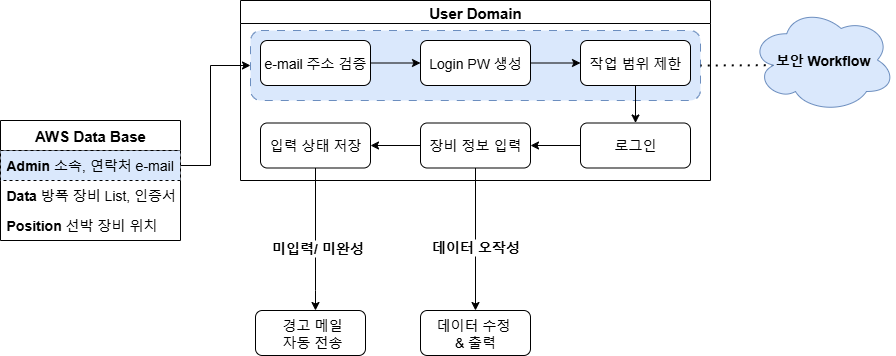
Earlier version of the draw.io export workflow/1013.drawio.png (HD-Jinyeong/my_flask_app). Source tidied: cells renumbered, new cells last; positions are measured from the earlier drawing's top-left corner, leaving out a move shared by most shapes.
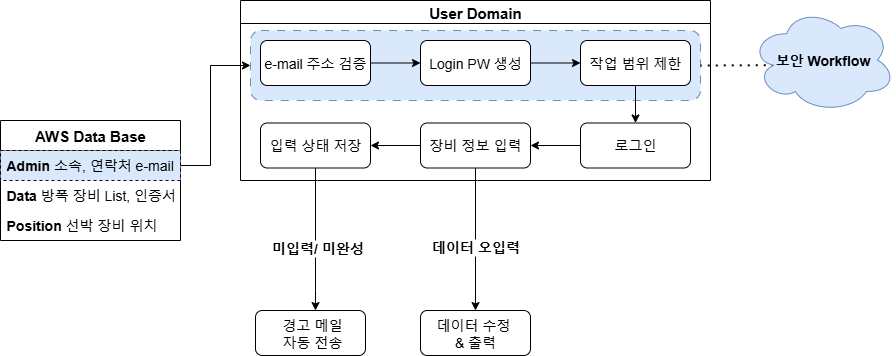
Later version of the same file.

Diff of the diagram source:
```diff
@@ -87,7 +87,7 @@
     <mxCell id="26" style="edgeStyle=orthogonalEdgeStyle;rounded=0;jettySize=auto;html=1;" parent="1" edge="1" source="19" target="25">
       <mxGeometry relative="1" as="geometry" />
     </mxCell>
-    <mxCell id="27" value="&lt;b&gt;&lt;font style=&quot;font-size: 14px;&quot;&gt;데이터 오작성&lt;/font&gt;&lt;/b&gt;" style="edgeLabel;html=1;align=center;verticalAlign=middle;" parent="26" vertex="1">
+    <mxCell id="27" value="&lt;b&gt;&lt;font style=&quot;font-size: 14px;&quot;&gt;데이터 오입력&lt;/font&gt;&lt;/b&gt;" style="edgeLabel;html=1;align=center;verticalAlign=middle;" parent="26" vertex="1">
       <mxGeometry x="-0.01" y="-2" relative="1" as="geometry">
         <mxPoint x="1" y="8" as="offset" />
       </mxGeometry>
```
